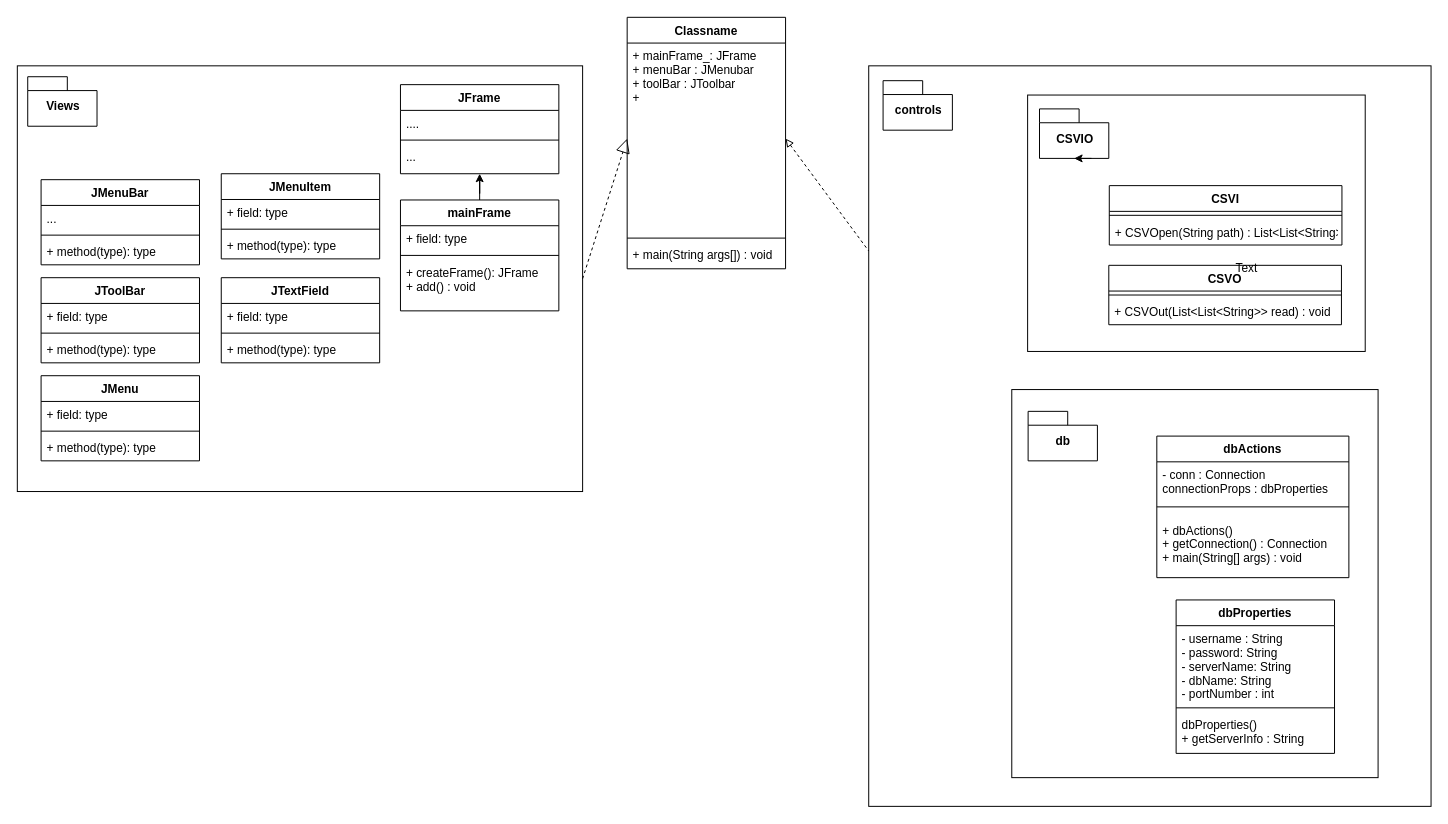
The draw.io diagram Untitled Diagram.drawio in Keinahas/Air-Pollution-Control-Program, before the edit. Source tidied: cells renumbered, new cells numbered last; positions are measured from the earlier drawing's top-left corner, leaving out a move shared by most shapes. Both pictures are drawn from the tidied source at 99%, with x=0, y=0 at pixel (17, 17).
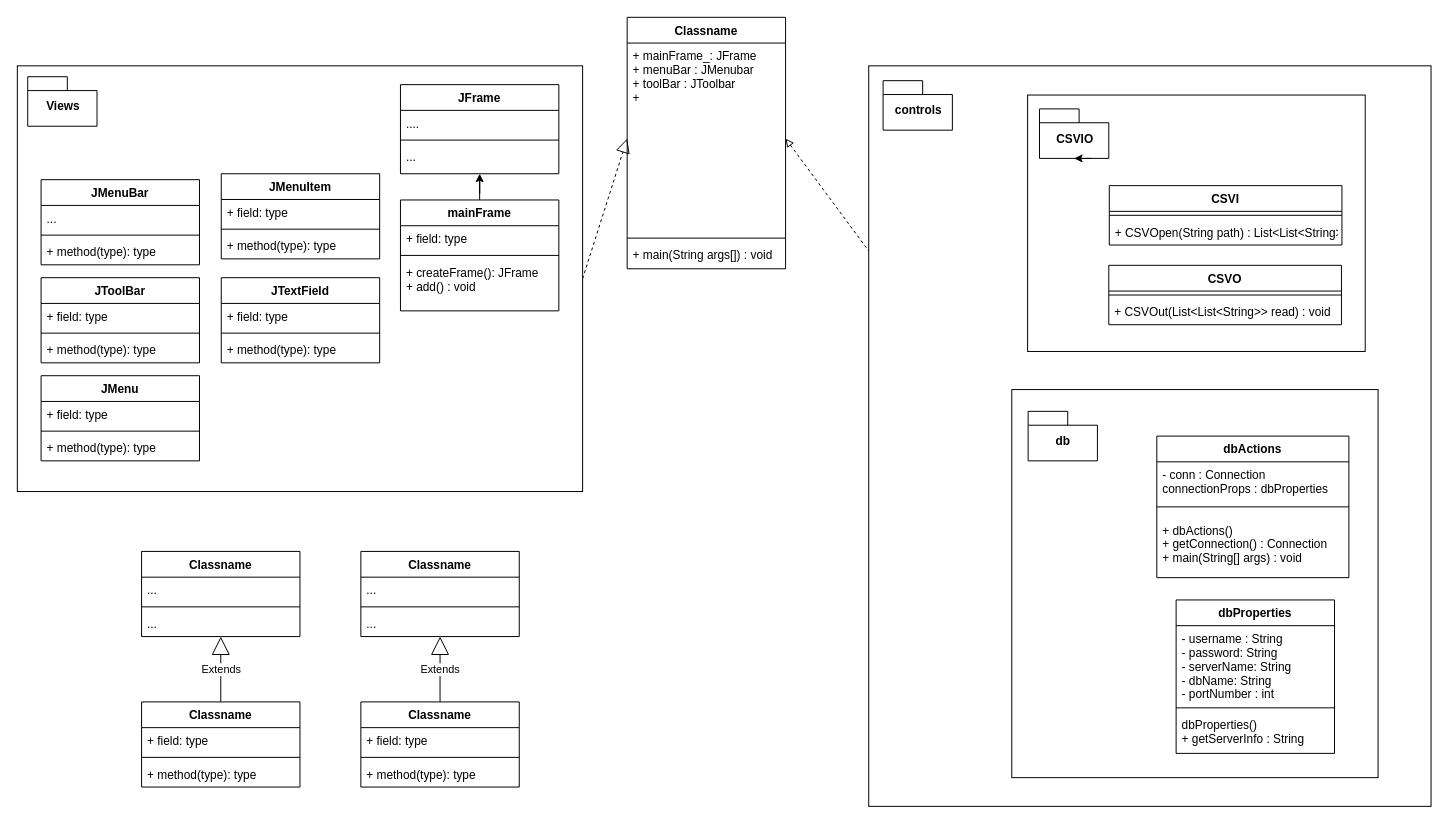
Above is the later version.

Unchanged cells that the change refers to:
```xml
<mxCell id="40" style="group;" parent="1" vertex="1">
  <mxGeometry x="1020.5" y="78.5" width="341" height="259" as="geometry" />
</mxCell>
```

Diff of the diagram source:
```diff
@@
-    <mxCell id="48" value="Text" style="text;html=1;align=left;verticalAlign=top;spacingTop=-4;" parent="40" vertex="1">
-      <mxGeometry x="208" y="165" width="32" height="14" as="geometry" />
-    </mxCell>
@@
+    <mxCell id="64" style="group;" parent="1" vertex="1">
+      <mxGeometry x="125.5" y="539.5" width="160" height="195" as="geometry" />
+    </mxCell>
+    <mxCell id="65" style="group;" parent="64" vertex="1">
+      <mxGeometry width="160" height="195" as="geometry" />
+    </mxCell>
+    <mxCell id="66" value="Classname" style="swimlane;fontStyle=1;align=center;verticalAlign=top;horizontal=1;startSize=26;" parent="65" vertex="1">
+      <mxGeometry y="152" width="160" height="86" as="geometry" />
+    </mxCell>
+    <mxCell id="67" value="+ field: type" style="text;strokeColor=none;fillColor=none;align=left;verticalAlign=top;spacingLeft=4;spacingRight=4;overflow=hidden;" parent="66" vertex="1">
+      <mxGeometry y="26" width="160" height="26" as="geometry" />
+    </mxCell>
+    <mxCell id="68" style="line;strokeWidth=1;fillColor=none;align=left;verticalAlign=middle;spacingTop=-1;spacingLeft=3;spacingRight=3;labelPosition=right;" parent="66" vertex="1">
+      <mxGeometry y="52" width="160" height="8" as="geometry" />
+    </mxCell>
+    <mxCell id="69" value="+ method(type): type" style="text;strokeColor=none;fillColor=none;align=left;verticalAlign=top;spacingLeft=4;spacingRight=4;overflow=hidden;" parent="66" vertex="1">
+      <mxGeometry y="60" width="160" height="26" as="geometry" />
+    </mxCell>
+    <mxCell id="70" value="Classname" style="swimlane;fontStyle=1;align=center;verticalAlign=top;horizontal=1;startSize=26;" parent="65" vertex="1">
+      <mxGeometry width="160" height="86" as="geometry" />
+    </mxCell>
+    <mxCell id="71" value="..." style="text;strokeColor=none;fillColor=none;align=left;verticalAlign=top;spacingLeft=4;spacingRight=4;overflow=hidden;" parent="70" vertex="1">
+      <mxGeometry y="26" width="160" height="26" as="geometry" />
+    </mxCell>
+    <mxCell id="72" style="line;strokeWidth=1;fillColor=none;align=left;verticalAlign=middle;spacingTop=-1;spacingLeft=3;spacingRight=3;labelPosition=right;" parent="70" vertex="1">
+      <mxGeometry y="52" width="160" height="8" as="geometry" />
+    </mxCell>
+    <mxCell id="73" value="..." style="text;strokeColor=none;fillColor=none;align=left;verticalAlign=top;spacingLeft=4;spacingRight=4;overflow=hidden;" parent="70" vertex="1">
+      <mxGeometry y="60" width="160" height="26" as="geometry" />
+    </mxCell>
+    <mxCell id="74" value="Extends" style="endArrow=block;endSize=16;endFill=0;html=1;entryX=0.5;entryY=1;entryDx=0;entryDy=0;exitX=0.5;exitY=0;exitDx=0;exitDy=0;" parent="65" edge="1" source="66" target="70">
+      <mxGeometry relative="1" as="geometry" />
+    </mxCell>
+    <mxCell id="75" style="group;" parent="1" vertex="1">
+      <mxGeometry x="347" y="539.5" width="160" height="195" as="geometry" />
+    </mxCell>
+    <mxCell id="76" style="group;" parent="75" vertex="1">
+      <mxGeometry width="160" height="195" as="geometry" />
+    </mxCell>
+    <mxCell id="77" value="Classname" style="swimlane;fontStyle=1;align=center;verticalAlign=top;horizontal=1;startSize=26;" parent="76" vertex="1">
+      <mxGeometry y="152" width="160" height="86" as="geometry" />
+    </mxCell>
+    <mxCell id="78" value="+ field: type" style="text;strokeColor=none;fillColor=none;align=left;verticalAlign=top;spacingLeft=4;spacingRight=4;overflow=hidden;" parent="77" vertex="1">
+      <mxGeometry y="26" width="160" height="26" as="geometry" />
+    </mxCell>
+    <mxCell id="79" style="line;strokeWidth=1;fillColor=none;align=left;verticalAlign=middle;spacingTop=-1;spacingLeft=3;spacingRight=3;labelPosition=right;" parent="77" vertex="1">
+      <mxGeometry y="52" width="160" height="8" as="geometry" />
+    </mxCell>
+    <mxCell id="80" value="+ method(type): type" style="text;strokeColor=none;fillColor=none;align=left;verticalAlign=top;spacingLeft=4;spacingRight=4;overflow=hidden;" parent="77" vertex="1">
+      <mxGeometry y="60" width="160" height="26" as="geometry" />
+    </mxCell>
+    <mxCell id="81" value="Classname" style="swimlane;fontStyle=1;align=center;verticalAlign=top;horizontal=1;startSize=26;" parent="76" vertex="1">
+      <mxGeometry width="160" height="86" as="geometry" />
+    </mxCell>
+    <mxCell id="82" value="..." style="text;strokeColor=none;fillColor=none;align=left;verticalAlign=top;spacingLeft=4;spacingRight=4;overflow=hidden;" parent="81" vertex="1">
+      <mxGeometry y="26" width="160" height="26" as="geometry" />
+    </mxCell>
+    <mxCell id="83" style="line;strokeWidth=1;fillColor=none;align=left;verticalAlign=middle;spacingTop=-1;spacingLeft=3;spacingRight=3;labelPosition=right;" parent="81" vertex="1">
+      <mxGeometry y="52" width="160" height="8" as="geometry" />
+    </mxCell>
+    <mxCell id="84" value="..." style="text;strokeColor=none;fillColor=none;align=left;verticalAlign=top;spacingLeft=4;spacingRight=4;overflow=hidden;" parent="81" vertex="1">
+      <mxGeometry y="60" width="160" height="26" as="geometry" />
+    </mxCell>
+    <mxCell id="85" value="Extends" style="endArrow=block;endSize=16;endFill=0;html=1;entryX=0.5;entryY=1;entryDx=0;entryDy=0;exitX=0.5;exitY=0;exitDx=0;exitDy=0;" parent="76" edge="1" source="77" target="81">
+      <mxGeometry relative="1" as="geometry" />
+    </mxCell>
```
